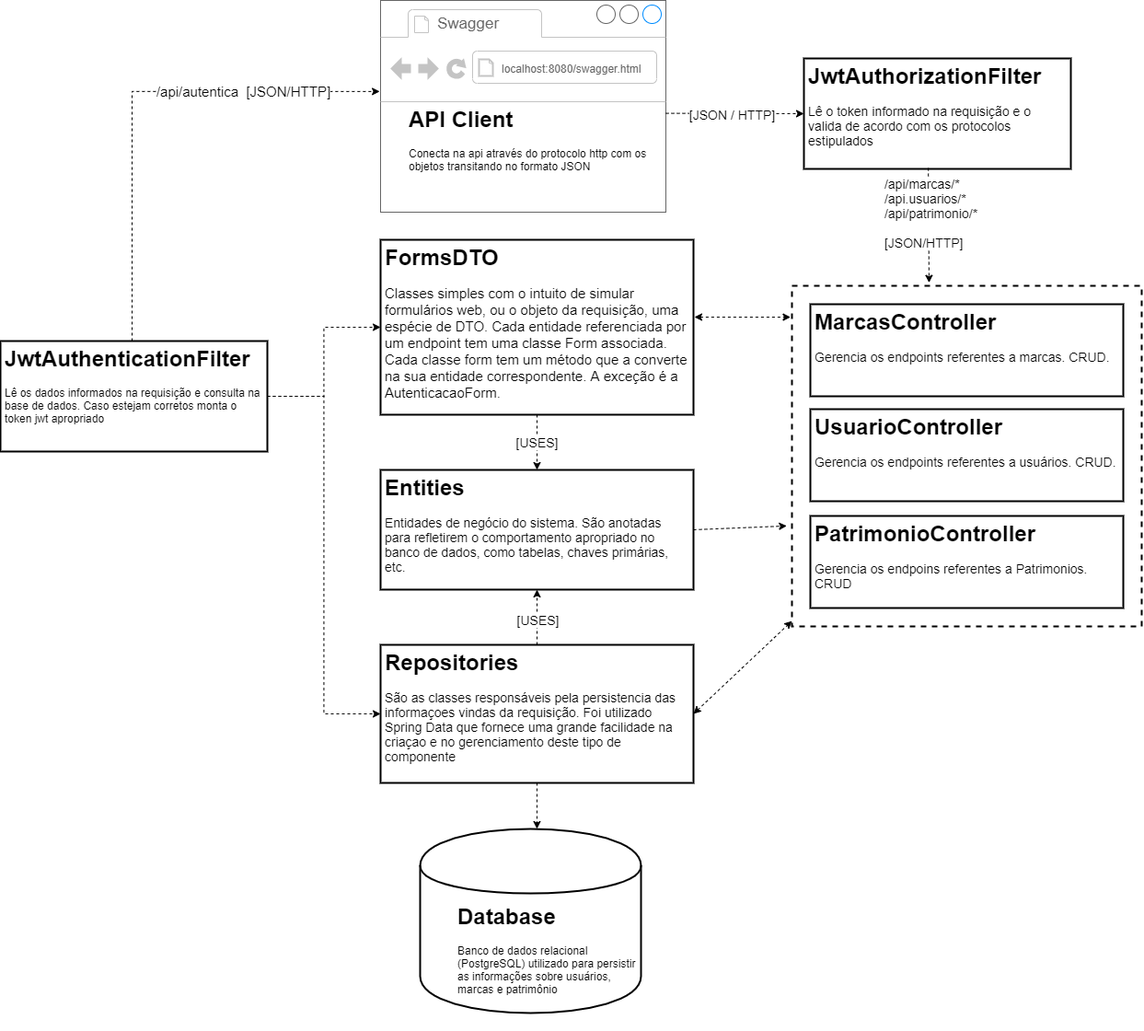
Earlier version of the draw.io export documentacao/arquitetura.png (bernardolobato/source2it-api). Source tidied: cells renumbered, new cells last; positions are measured from the earlier drawing's top-left corner, leaving out a move shared by most shapes.
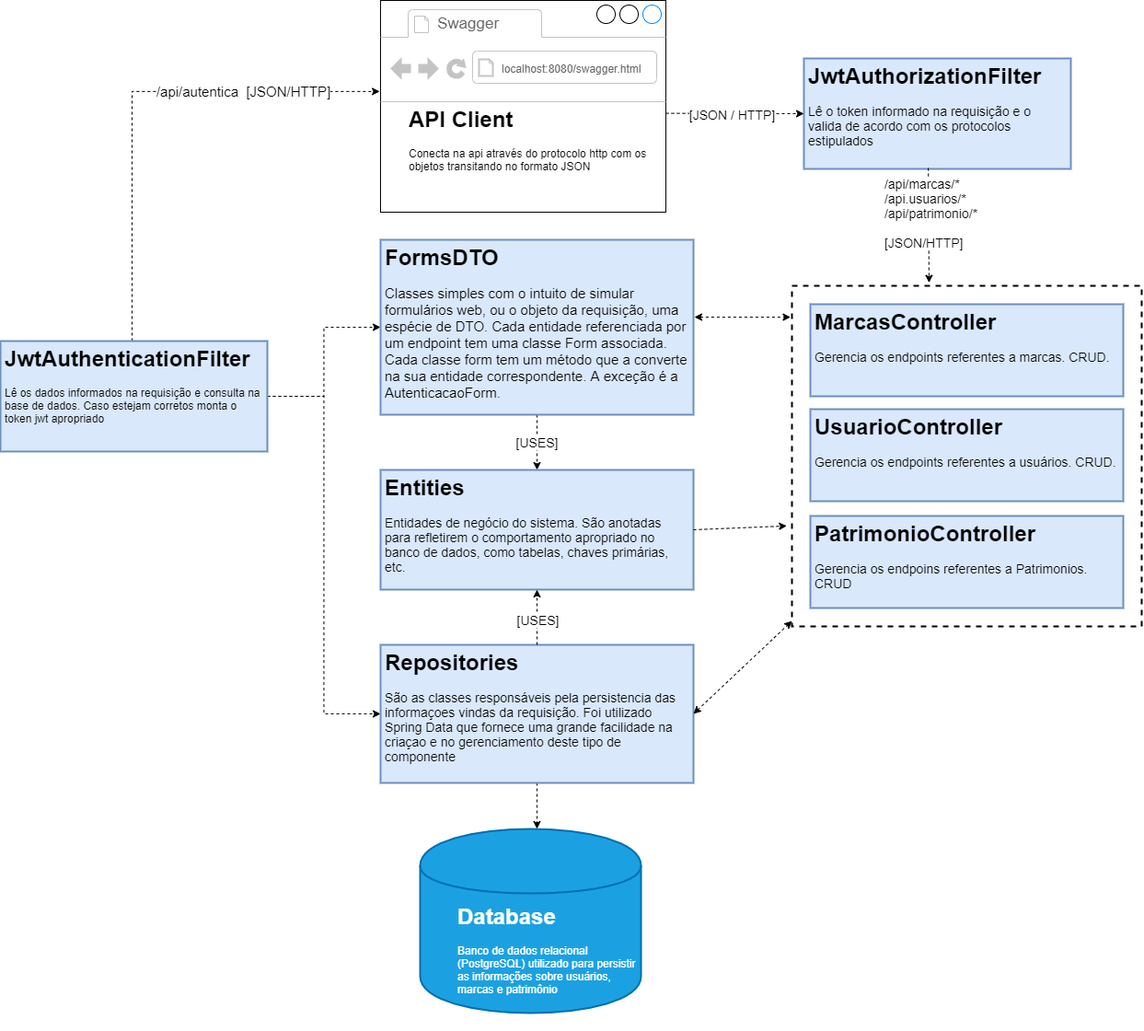
Later version of the same file.

Diff of the diagram source:
```diff
@@ -5,7 +5,7 @@
     <mxCell id="2" style="rounded=0;whiteSpace=wrap;html=1;strokeColor=#000000;strokeWidth=2;fillColor=none;dashed=1;" parent="1" vertex="1">
       <mxGeometry x="860" y="310" width="380" height="370" as="geometry" />
     </mxCell>
-    <mxCell id="3" style="strokeWidth=1;shadow=0;dashed=0;align=center;html=1;shape=mxgraph.mockup.containers.browserWindow;rSize=0;strokeColor=#666666;strokeColor2=#008cff;strokeColor3=#c4c4c4;mainText=,;" parent="1" vertex="1">
+    <mxCell id="3" style="strokeWidth=1;shadow=0;dashed=0;align=center;html=1;shape=mxgraph.mockup.containers.browserWindow;rSize=0;strokeColor2=#008cff;strokeColor3=#c4c4c4;mainText=,;" parent="1" vertex="1">
       <mxGeometry x="413" width="310" height="230" as="geometry" />
     </mxCell>
     <mxCell id="4" value="Swagger" style="strokeWidth=1;shadow=0;dashed=0;align=center;html=1;shape=mxgraph.mockup.containers.anchor;fontSize=17;fontColor=#666666;align=left;" parent="3" vertex="1">
@@ -33,37 +33,37 @@
     <mxCell id="10" value="&lt;font style=&quot;font-size: 15px&quot;&gt;/api/autentica&amp;nbsp; [JSON/HTTP]&lt;/font&gt;" style="text;html=1;align=center;verticalAlign=middle;labelBackgroundColor=#ffffff;" parent="9" vertex="1">
       <mxGeometry x="0.45" y="1" relative="1" as="geometry" />
     </mxCell>
-    <mxCell id="11" value="&lt;h1&gt;JwtAuthenticationFilter&amp;nbsp;&lt;/h1&gt;&lt;p&gt;Lê os dados informados na requisição e consulta na base de dados. Caso estejam corretos monta o token jwt apropriado&lt;/p&gt;" style="text;html=1;strokeColor=#000000;fillColor=none;spacing=5;spacingTop=-20;whiteSpace=wrap;overflow=hidden;rounded=0;strokeWidth=2;" parent="1" vertex="1">
+    <mxCell id="11" value="&lt;h1&gt;JwtAuthenticationFilter&amp;nbsp;&lt;/h1&gt;&lt;p&gt;Lê os dados informados na requisição e consulta na base de dados. Caso estejam corretos monta o token jwt apropriado&lt;/p&gt;" style="text;html=1;strokeColor=#6c8ebf;fillColor=#dae8fc;spacing=5;spacingTop=-20;whiteSpace=wrap;overflow=hidden;rounded=0;strokeWidth=2;" parent="1" vertex="1">
       <mxGeometry y="370" width="290" height="120" as="geometry" />
     </mxCell>
-    <mxCell id="12" value="&lt;h1&gt;JwtAuthorizationFilter&lt;/h1&gt;&lt;p&gt;&lt;font style=&quot;font-size: 14px&quot;&gt;Lê o token informado na requisição e o valida de acordo com os protocolos estipulados&lt;/font&gt;&lt;/p&gt;" style="text;html=1;strokeColor=#000000;fillColor=none;spacing=5;spacingTop=-20;whiteSpace=wrap;overflow=hidden;rounded=0;strokeWidth=2;" parent="1" vertex="1">
+    <mxCell id="12" value="&lt;h1&gt;JwtAuthorizationFilter&lt;/h1&gt;&lt;p&gt;&lt;font style=&quot;font-size: 14px&quot;&gt;Lê o token informado na requisição e o valida de acordo com os protocolos estipulados&lt;/font&gt;&lt;/p&gt;" style="text;html=1;strokeColor=#6c8ebf;fillColor=#dae8fc;spacing=5;spacingTop=-20;whiteSpace=wrap;overflow=hidden;rounded=0;strokeWidth=2;" parent="1" vertex="1">
       <mxGeometry x="873" y="63" width="290" height="120" as="geometry" />
     </mxCell>
-    <mxCell id="13" value="&lt;blockquote style=&quot;margin: 0 0 0 40px ; border: none ; padding: 0px&quot;&gt;&lt;h1 style=&quot;text-align: left ; white-space: normal&quot;&gt;&lt;br&gt;&lt;/h1&gt;&lt;h1 style=&quot;text-align: left ; white-space: normal&quot;&gt;Database&lt;/h1&gt;&lt;/blockquote&gt;&lt;blockquote style=&quot;margin: 0 0 0 40px ; border: none ; padding: 0px&quot;&gt;&lt;p style=&quot;text-align: left ; white-space: normal&quot;&gt;Banco de dados relacional (PostgreSQL) utilizado para persistir as informações sobre usuários, marcas e patrimônio&lt;/p&gt;&lt;/blockquote&gt;&lt;p style=&quot;text-align: left ; white-space: normal&quot;&gt;&lt;br&gt;&lt;/p&gt;" style="shape=cylinder;whiteSpace=wrap;html=1;boundedLbl=1;backgroundOutline=1;strokeColor=#000000;strokeWidth=2;" parent="1" vertex="1">
+    <mxCell id="13" value="&lt;blockquote style=&quot;margin: 0 0 0 40px ; border: none ; padding: 0px&quot;&gt;&lt;h1 style=&quot;text-align: left ; white-space: normal&quot;&gt;&lt;br&gt;&lt;/h1&gt;&lt;h1 style=&quot;text-align: left ; white-space: normal&quot;&gt;Database&lt;/h1&gt;&lt;/blockquote&gt;&lt;blockquote style=&quot;margin: 0 0 0 40px ; border: none ; padding: 0px&quot;&gt;&lt;p style=&quot;text-align: left ; white-space: normal&quot;&gt;Banco de dados relacional (PostgreSQL) utilizado para persistir as informações sobre usuários, marcas e patrimônio&lt;/p&gt;&lt;/blockquote&gt;&lt;p style=&quot;text-align: left ; white-space: normal&quot;&gt;&lt;br&gt;&lt;/p&gt;" style="shape=cylinder;whiteSpace=wrap;html=1;boundedLbl=1;backgroundOutline=1;strokeColor=#006EAF;strokeWidth=2;fillColor=#1ba1e2;fontColor=#ffffff;" parent="1" vertex="1">
       <mxGeometry x="456" y="900" width="240" height="200" as="geometry" />
     </mxCell>
-    <mxCell id="14" value="&lt;h1&gt;MarcasController&lt;/h1&gt;&lt;p&gt;&lt;font style=&quot;font-size: 14px&quot;&gt;Gerencia os endpoints referentes a marcas. CRUD.&lt;/font&gt;&lt;/p&gt;" style="text;html=1;strokeColor=#000000;fillColor=none;spacing=5;spacingTop=-20;whiteSpace=wrap;overflow=hidden;rounded=0;strokeWidth=2;" parent="1" vertex="1">
+    <mxCell id="14" value="&lt;h1&gt;MarcasController&lt;/h1&gt;&lt;p&gt;&lt;font style=&quot;font-size: 14px&quot;&gt;Gerencia os endpoints referentes a marcas. CRUD.&lt;/font&gt;&lt;/p&gt;" style="text;html=1;strokeColor=#6c8ebf;fillColor=#dae8fc;spacing=5;spacingTop=-20;whiteSpace=wrap;overflow=hidden;rounded=0;strokeWidth=2;" parent="1" vertex="1">
       <mxGeometry x="880" y="330" width="340" height="100" as="geometry" />
     </mxCell>
-    <mxCell id="15" value="&lt;h1&gt;UsuarioController&lt;/h1&gt;&lt;p&gt;&lt;font style=&quot;font-size: 14px&quot;&gt;Gerencia os endpoints referentes a usuários. CRUD.&lt;/font&gt;&lt;br&gt;&lt;/p&gt;" style="text;html=1;strokeColor=#000000;fillColor=none;spacing=5;spacingTop=-20;whiteSpace=wrap;overflow=hidden;rounded=0;strokeWidth=2;" parent="1" vertex="1">
+    <mxCell id="15" value="&lt;h1&gt;UsuarioController&lt;/h1&gt;&lt;p&gt;&lt;font style=&quot;font-size: 14px&quot;&gt;Gerencia os endpoints referentes a usuários. CRUD.&lt;/font&gt;&lt;br&gt;&lt;/p&gt;" style="text;html=1;strokeColor=#6c8ebf;fillColor=#dae8fc;spacing=5;spacingTop=-20;whiteSpace=wrap;overflow=hidden;rounded=0;strokeWidth=2;" parent="1" vertex="1">
       <mxGeometry x="880" y="444" width="340" height="100" as="geometry" />
     </mxCell>
-    <mxCell id="16" value="&lt;h1&gt;PatrimonioController&lt;/h1&gt;&lt;p&gt;&lt;font style=&quot;font-size: 14px&quot;&gt;Gerencia os endpoins referentes a Patrimonios. CRUD&lt;/font&gt;&lt;/p&gt;" style="text;html=1;strokeColor=#000000;fillColor=none;spacing=5;spacingTop=-20;whiteSpace=wrap;overflow=hidden;rounded=0;strokeWidth=2;" parent="1" vertex="1">
+    <mxCell id="16" value="&lt;h1&gt;PatrimonioController&lt;/h1&gt;&lt;p&gt;&lt;font style=&quot;font-size: 14px&quot;&gt;Gerencia os endpoins referentes a Patrimonios. CRUD&lt;/font&gt;&lt;/p&gt;" style="text;html=1;strokeColor=#6c8ebf;fillColor=#dae8fc;spacing=5;spacingTop=-20;whiteSpace=wrap;overflow=hidden;rounded=0;strokeWidth=2;" parent="1" vertex="1">
       <mxGeometry x="880" y="560" width="340" height="100" as="geometry" />
     </mxCell>
     <mxCell id="17" style="edgeStyle=orthogonalEdgeStyle;rounded=0;jettySize=auto;html=1;entryX=0.529;entryY=0;entryDx=0;entryDy=0;entryPerimeter=0;dashed=1;" parent="1" edge="1" source="18" target="13">
       <mxGeometry relative="1" as="geometry" />
     </mxCell>
-    <mxCell id="18" value="&lt;h1&gt;Repositories&lt;/h1&gt;&lt;p&gt;&lt;font style=&quot;font-size: 14px&quot;&gt;São as classes responsáveis pela persistencia das informaçoes vindas da requisição. Foi utilizado Spring Data que fornece uma grande facilidade na criaçao e no gerenciamento deste tipo de componente&lt;/font&gt;&lt;/p&gt;" style="text;html=1;strokeColor=#000000;fillColor=none;spacing=5;spacingTop=-20;whiteSpace=wrap;overflow=hidden;rounded=0;strokeWidth=2;" parent="1" vertex="1">
+    <mxCell id="18" value="&lt;h1&gt;Repositories&lt;/h1&gt;&lt;p&gt;&lt;font style=&quot;font-size: 14px&quot;&gt;São as classes responsáveis pela persistencia das informaçoes vindas da requisição. Foi utilizado Spring Data que fornece uma grande facilidade na criaçao e no gerenciamento deste tipo de componente&lt;/font&gt;&lt;/p&gt;" style="text;html=1;strokeColor=#6c8ebf;fillColor=#dae8fc;spacing=5;spacingTop=-20;whiteSpace=wrap;overflow=hidden;rounded=0;strokeWidth=2;" parent="1" vertex="1">
       <mxGeometry x="413" y="700" width="340" height="150" as="geometry" />
     </mxCell>
     <mxCell id="19" value="&lt;font style=&quot;font-size: 14px&quot;&gt;[USES]&lt;/font&gt;" style="edgeStyle=orthogonalEdgeStyle;rounded=0;jettySize=auto;html=1;dashed=1;" parent="1" edge="1" source="20" target="21">
       <mxGeometry relative="1" as="geometry" />
     </mxCell>
-    <mxCell id="20" value="&lt;h1&gt;FormsDTO&lt;/h1&gt;&lt;p&gt;&lt;font style=&quot;font-size: 15px&quot;&gt;Classes simples com o intuito de simular formulários web, ou o objeto da requisição, uma espécie de DTO. Cada entidade referenciada por um endpoint tem uma classe Form associada. Cada classe form tem um método que a converte na sua entidade correspondente. A exceção é a AutenticacaoForm.&lt;/font&gt;&lt;/p&gt;" style="text;html=1;strokeColor=#000000;fillColor=none;spacing=5;spacingTop=-20;whiteSpace=wrap;overflow=hidden;rounded=0;strokeWidth=2;" parent="1" vertex="1">
+    <mxCell id="20" value="&lt;h1&gt;FormsDTO&lt;/h1&gt;&lt;p&gt;&lt;font style=&quot;font-size: 15px&quot;&gt;Classes simples com o intuito de simular formulários web, ou o objeto da requisição, uma espécie de DTO. Cada entidade referenciada por um endpoint tem uma classe Form associada. Cada classe form tem um método que a converte na sua entidade correspondente. A exceção é a AutenticacaoForm.&lt;/font&gt;&lt;/p&gt;" style="text;html=1;strokeColor=#6c8ebf;fillColor=#dae8fc;spacing=5;spacingTop=-20;whiteSpace=wrap;overflow=hidden;rounded=0;strokeWidth=2;" parent="1" vertex="1">
       <mxGeometry x="413" y="260" width="340" height="190" as="geometry" />
     </mxCell>
-    <mxCell id="21" value="&lt;h1&gt;Entities&lt;/h1&gt;&lt;p&gt;&lt;font style=&quot;font-size: 14px&quot;&gt;Entidades de negócio do sistema. São anotadas para refletirem o comportamento apropriado no banco de dados, como tabelas, chaves primárias, etc.&lt;/font&gt;&lt;/p&gt;" style="text;html=1;strokeColor=#000000;fillColor=none;spacing=5;spacingTop=-20;whiteSpace=wrap;overflow=hidden;rounded=0;strokeWidth=2;" parent="1" vertex="1">
+    <mxCell id="21" value="&lt;h1&gt;Entities&lt;/h1&gt;&lt;p&gt;&lt;font style=&quot;font-size: 14px&quot;&gt;Entidades de negócio do sistema. São anotadas para refletirem o comportamento apropriado no banco de dados, como tabelas, chaves primárias, etc.&lt;/font&gt;&lt;/p&gt;" style="text;html=1;strokeColor=#6c8ebf;fillColor=#dae8fc;spacing=5;spacingTop=-20;whiteSpace=wrap;overflow=hidden;rounded=0;strokeWidth=2;" parent="1" vertex="1">
       <mxGeometry x="413" y="510" width="340" height="130" as="geometry" />
     </mxCell>
     <mxCell id="22" style="endArrow=classic;html=1;entryX=0;entryY=0.5;entryDx=0;entryDy=0;dashed=1;" parent="1" edge="1" target="12">
```
